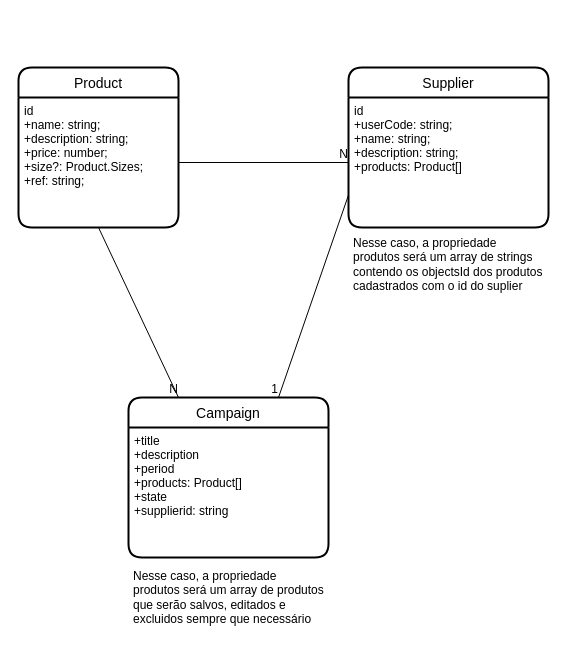
This is docs/entity-relationship.drawio from flavionobredev/aj-backend, a draw.io file, before an edit. Source tidied: cells renumbered, new cells numbered last; positions are measured from the earlier drawing's top-left corner, leaving out a move shared by most shapes. Both pictures are drawn from the tidied source at 100%, with x=0, y=0 at pixel (18, 67).
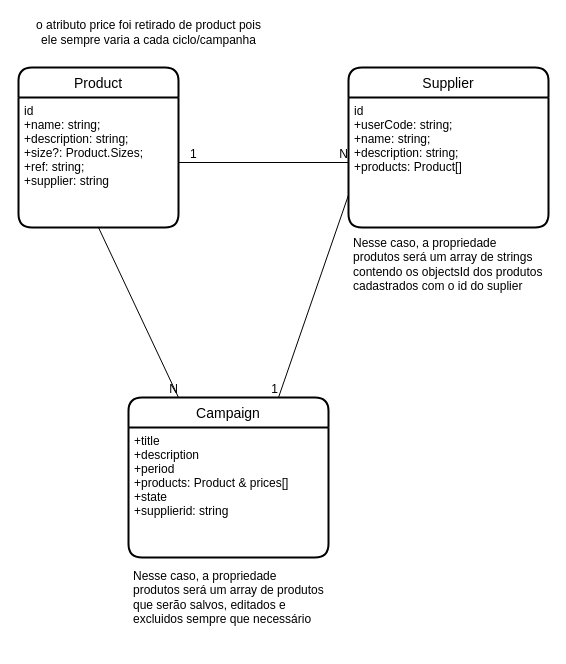
Above is the later version.

The edit, as a diff of the source:
```diff
@@
 <mxGraphModel>
   <root>
     <mxCell id="0" />
     <mxCell id="1" parent="0" />
     <mxCell id="2" value="Product" style="swimlane;horizontal=1;startSize=30;rounded=1;fontSize=14;fontStyle=0;strokeWidth=2;shadow=0;dashed=0;align=center;" parent="1" vertex="1">
       <mxGeometry width="160" height="160" as="geometry" />
     </mxCell>
-    <mxCell id="3" value="id&#10;+name: string;&#10;+description: string;&#10;+price: number;&#10;+size?: Product.Sizes;&#10;+ref: string;" style="align=left;strokeColor=none;fillColor=none;spacingLeft=4;fontSize=12;verticalAlign=top;" parent="2" vertex="1">
+    <mxCell id="3" value="id&#10;+name: string;&#10;+description: string;&#10;+size?: Product.Sizes;&#10;+ref: string;&#10;+supplier: string" style="align=left;strokeColor=none;fillColor=none;spacingLeft=4;fontSize=12;verticalAlign=top;" parent="2" vertex="1">
       <mxGeometry y="30" width="160" height="130" as="geometry" />
     </mxCell>
     <mxCell id="4" value="Supplier" style="swimlane;horizontal=1;startSize=30;rounded=1;fontSize=14;fontStyle=0;strokeWidth=2;shadow=0;dashed=0;align=center;" parent="1" vertex="1">
       <mxGeometry x="330" width="200" height="160" as="geometry" />
     </mxCell>
     <mxCell id="5" value="id&#10;+userCode: string;&#10;+name: string;&#10;+description: string;&#10;+products: Product[]" style="align=left;strokeColor=none;fillColor=none;spacingLeft=4;fontSize=12;verticalAlign=top;" parent="4" vertex="1">
       <mxGeometry y="30" width="200" height="130" as="geometry" />
     </mxCell>
     <mxCell id="6" value="&lt;p&gt;&lt;span style=&quot;font-size: 12px ; font-weight: normal&quot;&gt;Nesse caso, a propriedade produtos será um array de strings contendo os objectsId dos produtos cadastrados com o id do suplier&lt;/span&gt;&lt;/p&gt;" style="text;html=1;strokeColor=none;fillColor=none;spacing=5;spacingTop=-20;whiteSpace=wrap;overflow=hidden;rounded=0;" parent="1" vertex="1">
       <mxGeometry x="330" y="167" width="200" height="80" as="geometry" />
     </mxCell>
     <mxCell id="7" value="Campaign" style="swimlane;horizontal=1;startSize=30;rounded=1;fontSize=14;fontStyle=0;strokeWidth=2;shadow=0;dashed=0;align=center;" parent="1" vertex="1">
       <mxGeometry x="110" y="330" width="200" height="160" as="geometry" />
     </mxCell>
-    <mxCell id="8" value="+title&#10;+description&#10;+period&#10;+products: Product[]&#10;+state&#10;+supplierid: string&#10;" style="align=left;strokeColor=none;fillColor=none;spacingLeft=4;fontSize=12;verticalAlign=top;" parent="7" vertex="1">
+    <mxCell id="8" value="+title&#10;+description&#10;+period&#10;+products: Product &amp; prices[]&#10;+state&#10;+supplierid: string&#10;" style="align=left;strokeColor=none;fillColor=none;spacingLeft=4;fontSize=12;verticalAlign=top;" parent="7" vertex="1">
       <mxGeometry y="30" width="200" height="130" as="geometry" />
     </mxCell>
     <mxCell id="9" value="&lt;p&gt;&lt;span style=&quot;font-size: 12px ; font-weight: normal&quot;&gt;Nesse caso, a propriedade produtos será um array de produtos que serão salvos, editados e excluidos sempre que necessário&lt;/span&gt;&lt;/p&gt;" style="text;html=1;strokeColor=none;fillColor=none;spacing=5;spacingTop=-20;whiteSpace=wrap;overflow=hidden;rounded=0;" parent="1" vertex="1">
       <mxGeometry x="110" y="500" width="200" height="80" as="geometry" />
     </mxCell>
-    <mxCell id="10" style="endArrow=none;html=1;rounded=0;exitX=1;exitY=0.5;exitDx=0;exitDy=0;entryX=0;entryY=0.5;entryDx=0;entryDy=0;targetPerimeterSpacing=0;endSize=0;align=center;fontStyle=0;" parent="1" edge="1" source="3" target="5">
-      <mxGeometry relative="1" as="geometry" />
-    </mxCell>
-    <mxCell id="11" value="N" style="html=1;align=right;verticalAlign=bottom;" parent="10" vertex="1">
-      <mxGeometry x="1" relative="1" as="geometry" />
-    </mxCell>
     <mxCell id="12" style="endArrow=none;html=1;rounded=0;endSize=0;targetPerimeterSpacing=0;exitX=0.5;exitY=1;exitDx=0;exitDy=0;entryX=0.25;entryY=0;entryDx=0;entryDy=0;" parent="1" edge="1" source="3" target="7">
       <mxGeometry relative="1" as="geometry" />
     </mxCell>
     <mxCell id="13" value="N" style="html=1;align=right;verticalAlign=bottom;" parent="12" vertex="1">
       <mxGeometry x="1" relative="1" as="geometry" />
     </mxCell>
     <mxCell id="14" style="endArrow=none;html=1;rounded=0;endSize=0;targetPerimeterSpacing=0;exitX=0;exitY=0.75;exitDx=0;exitDy=0;entryX=0.75;entryY=0;entryDx=0;entryDy=0;" parent="1" edge="1" source="5" target="7">
       <mxGeometry relative="1" as="geometry" />
     </mxCell>
     <mxCell id="15" value="1" style="html=1;align=right;verticalAlign=bottom;" parent="14" vertex="1">
       <mxGeometry x="1" relative="1" as="geometry" />
     </mxCell>
+    <mxCell id="10" style="endArrow=none;html=1;rounded=0;exitX=1;exitY=0.5;exitDx=0;exitDy=0;entryX=0;entryY=0.5;entryDx=0;entryDy=0;" parent="1" edge="1" source="3" target="5">
+      <mxGeometry relative="1" as="geometry" />
+    </mxCell>
+    <mxCell id="16" value="1" style="align=left;verticalAlign=bottom;html=1;fontColor=default;" parent="10" vertex="1">
+      <mxGeometry x="-1" relative="1" as="geometry">
+        <mxPoint x="10" as="offset" />
+      </mxGeometry>
+    </mxCell>
+    <mxCell id="11" value="N" style="html=1;align=right;verticalAlign=bottom;" parent="10" vertex="1">
+      <mxGeometry x="1" relative="1" as="geometry" />
+    </mxCell>
+    <mxCell id="17" value="o atributo price foi retirado de product pois&lt;br&gt;ele sempre varia a cada ciclo/campanha" style="text;html=1;align=center;verticalAlign=middle;fillColor=none;strokeColor=none;rounded=0;" parent="1" vertex="1">
+      <mxGeometry x="10" y="-50" width="240" height="30" as="geometry" />
+    </mxCell>
   </root>
 </mxGraphModel>
```
